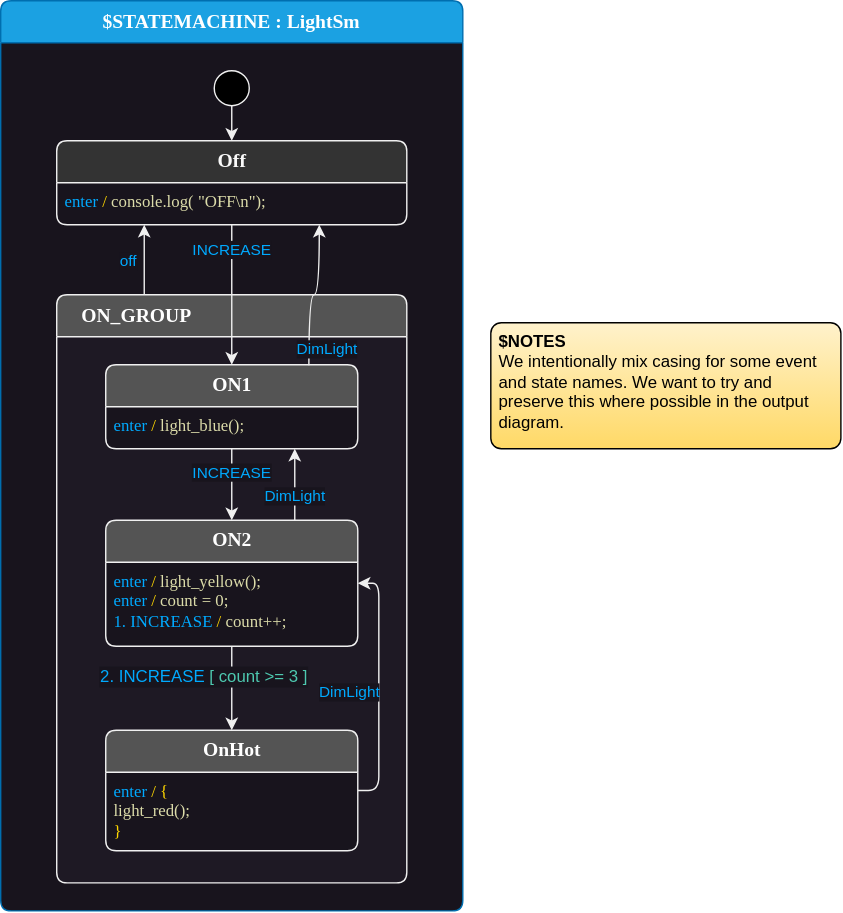
Earlier version of the draw.io export src/StateSmithTest/Output/Sim/diagrams/LightSm.drawio.svg (StateSmith/StateSmith). Source tidied: cells renumbered, new cells last; positions are measured from the earlier drawing's top-left corner, leaving out a move shared by most shapes.
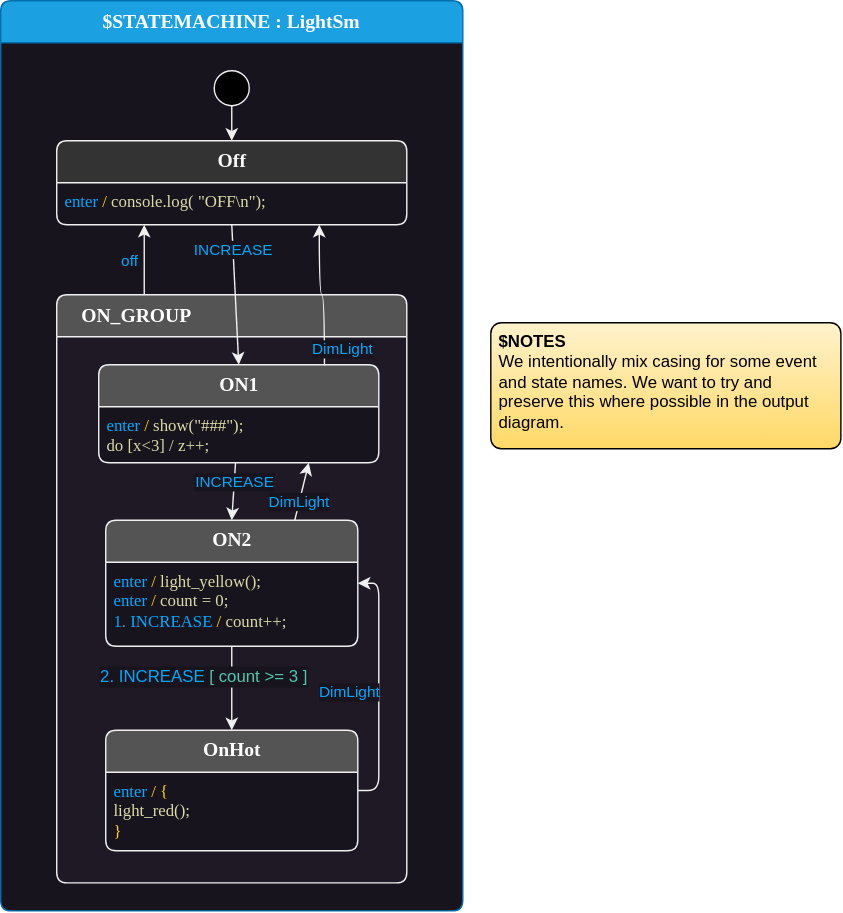
After the commit.

What changed in the source:
```diff
@@ -12,10 +12,10 @@
       <mxGeometry y="30" width="30" height="20" as="geometry" />
     </mxCell>
     <mxCell id="5" value="ON1" style="shape=swimlane;align=center;verticalAlign=top;fontFamily=Lucida Console;startSize=30;fontSize=14;fontStyle=1;swimlaneFillColor=#18141d;html=1;rounded=1;arcSize=15;absoluteArcSize=1;fillColor=#545454;fontColor=#ffffff;strokeColor=#F0F0F0;" parent="3" vertex="1">
-      <mxGeometry x="35" y="50" width="180" height="60" as="geometry" />
+      <mxGeometry x="30" y="50" width="200" height="70" as="geometry" />
     </mxCell>
-    <mxCell id="6" value="&lt;font color=&quot;#00aaff&quot;&gt;enter&lt;/font&gt; &lt;font color=&quot;#ffd700&quot;&gt;/&lt;/font&gt; &lt;font color=&quot;#dcdcaa&quot;&gt;light_blue();&lt;/font&gt;" style="fontFamily=Lucida Console;align=left;verticalAlign=top;fillColor=none;gradientColor=none;strokeColor=none;rounded=0;spacingLeft=4;html=1;" parent="5" vertex="1">
-      <mxGeometry y="30" width="180" height="30" as="geometry" />
+    <mxCell id="6" value="&lt;font color=&quot;#00aaff&quot;&gt;enter&lt;/font&gt; &lt;font color=&quot;#ffd700&quot;&gt;/&lt;/font&gt; &lt;font color=&quot;#dcdcaa&quot;&gt;show(&quot;###&quot;);&lt;/font&gt;&lt;div&gt;&lt;font color=&quot;#dcdcaa&quot;&gt;do [x&amp;lt;3] / z++;&lt;/font&gt;&lt;/div&gt;" style="fontFamily=Lucida Console;align=left;verticalAlign=top;fillColor=none;gradientColor=none;strokeColor=none;rounded=0;spacingLeft=4;html=1;" parent="5" vertex="1">
+      <mxGeometry y="30" width="170" height="40" as="geometry" />
     </mxCell>
     <mxCell id="7" value="DimLight" style="edgeStyle=none;html=1;exitX=0.75;exitY=0;exitDx=0;exitDy=0;entryX=0.75;entryY=1;entryDx=0;entryDy=0;fontColor=#00AAFF;strokeColor=#F0F0F0;labelBackgroundColor=#18141D;" parent="3" edge="1" source="13" target="5">
       <mxGeometry x="-0.33" relative="1" as="geometry" />
```
